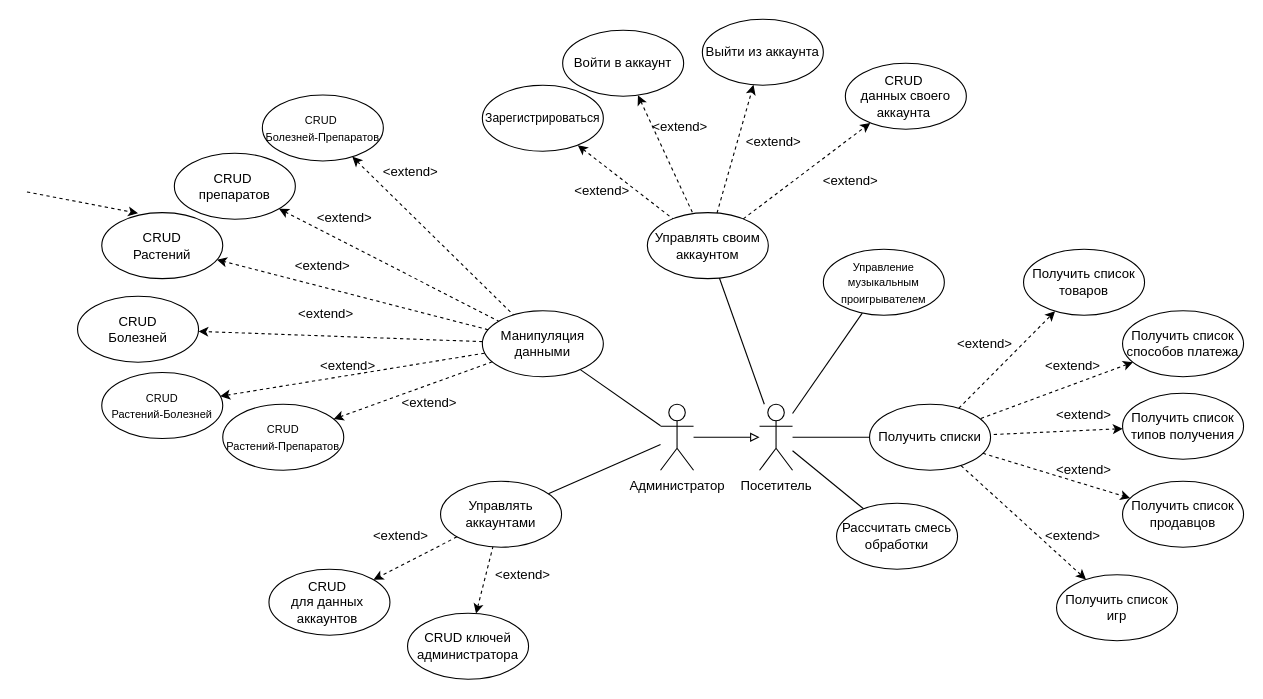
The draw.io diagram coursework/diagrams/Что ты можешь.drawio in ThomasCharester/KursuchShop, before the edit. Source tidied: cells renumbered, new cells numbered last; positions are measured from the earlier drawing's top-left corner, leaving out a move shared by most shapes. Both pictures are drawn from the tidied source at 110%, with x=0, y=0 at pixel (26, 19).
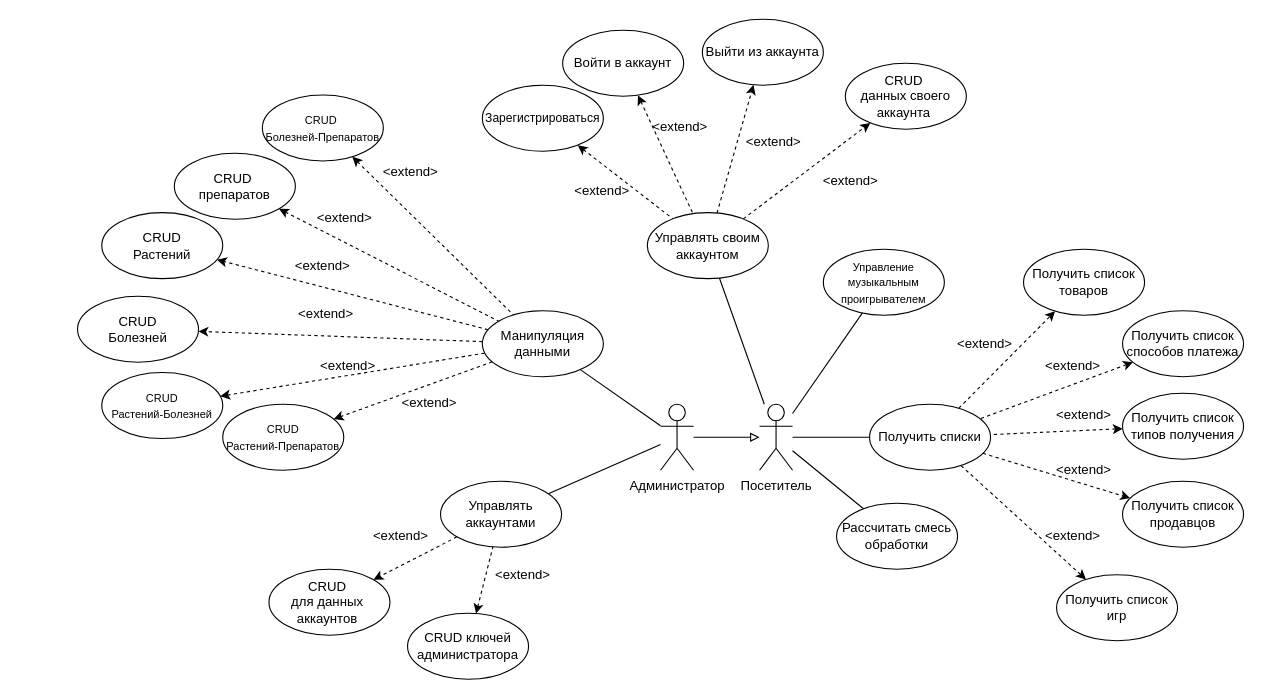
The same page after the edit.

The edit, as a diff of the source:
```diff
@@
-    <mxCell id="46" style="endArrow=classic;html=1;rounded=0;dashed=1;" parent="1" edge="1">
-      <mxGeometry relative="1" as="geometry">
-        <mxPoint y="157" as="sourcePoint" />
-        <mxPoint x="101" y="176.4" as="targetPoint" />
-      </mxGeometry>
-    </mxCell>
```
